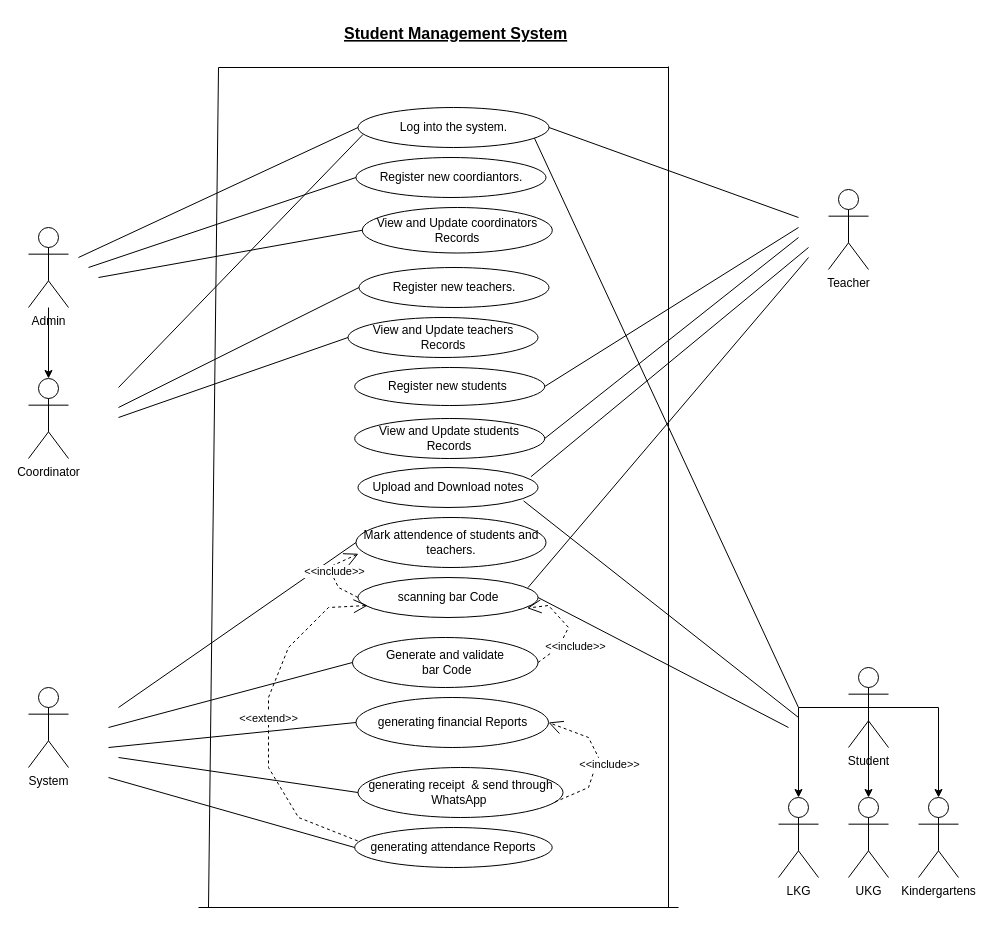
This is UseCase.drawio from Dulara-Akalanka/Group-Software-Project, a draw.io file, before an edit. Source tidied: cells renumbered, new cells numbered last; positions are measured from the earlier drawing's top-left corner, leaving out a move shared by most shapes. Both pictures are drawn from the tidied source at 100%, with x=0, y=0 at pixel (28, 17).
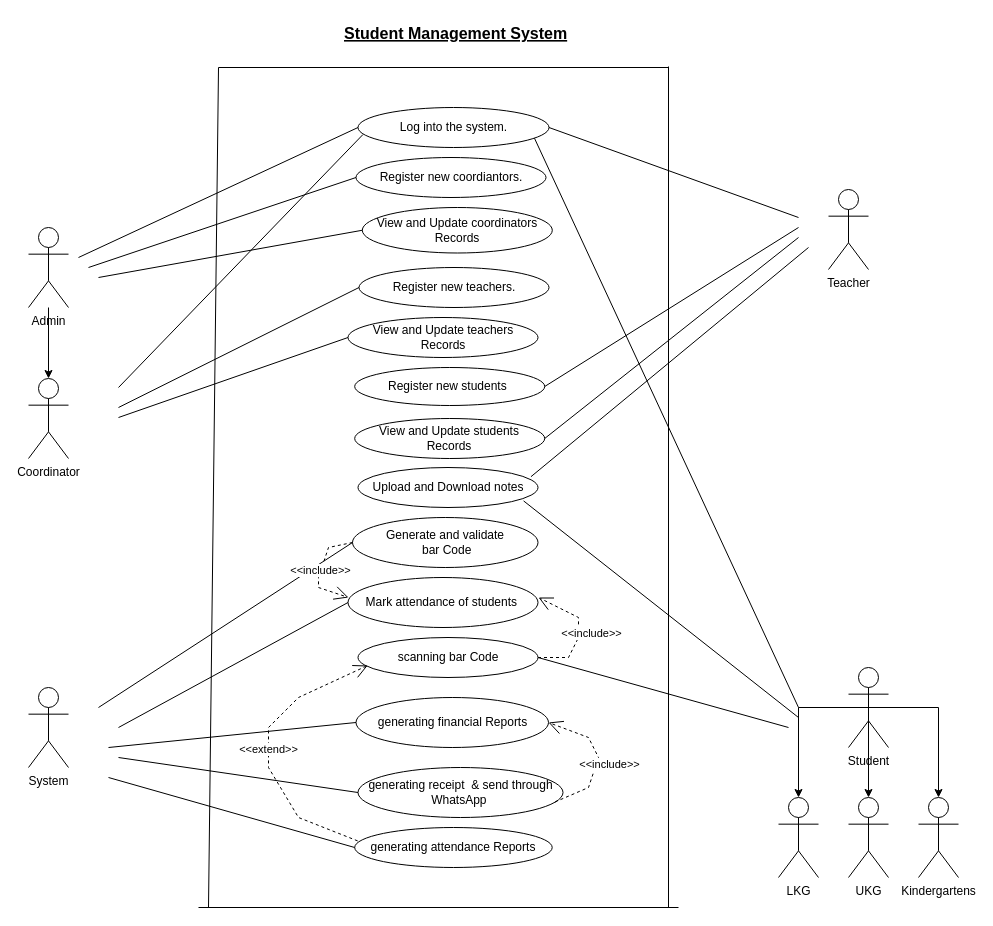
After the change.

Unchanged cells that the change refers to:
```xml
<mxCell id="28" value="generating attendance Reports" style="ellipse;whiteSpace=wrap;html=1;" parent="1" vertex="1">
  <mxGeometry x="326.2" y="810" width="197.5" height="40" as="geometry" />
</mxCell>
```

The edit, as a diff of the source:
```diff
@@
     <mxCell id="3" value="scanning bar Code" style="ellipse;whiteSpace=wrap;html=1;" parent="1" vertex="1">
-      <mxGeometry x="329.5" y="560" width="180" height="40" as="geometry" />
+      <mxGeometry x="329.5" y="620" width="180" height="40" as="geometry" />
     </mxCell>
     <mxCell id="4" value="Generate and validate&lt;br&gt;&amp;nbsp;bar Code" style="ellipse;whiteSpace=wrap;html=1;" parent="1" vertex="1">
-      <mxGeometry x="324" y="620" width="185.5" height="50" as="geometry" />
+      <mxGeometry x="324" y="500" width="185.5" height="50" as="geometry" />
     </mxCell>
@@
     <mxCell id="8" style="endArrow=none;html=1;rounded=0;entryX=0;entryY=0.5;entryDx=0;entryDy=0;" parent="1" edge="1" target="4">
       <mxGeometry relative="1" as="geometry">
-        <mxPoint x="80" y="710" as="sourcePoint" />
+        <mxPoint x="70" y="690" as="sourcePoint" />
       </mxGeometry>
     </mxCell>
@@
-    <mxCell id="16" value="Mark attendence of students and teachers." style="ellipse;whiteSpace=wrap;html=1;" parent="1" vertex="1">
-      <mxGeometry x="327.5" y="500" width="190" height="50" as="geometry" />
+    <mxCell id="16" value="Mark attendance of students&amp;nbsp;" style="ellipse;whiteSpace=wrap;html=1;" parent="1" vertex="1">
+      <mxGeometry x="319.5" y="560" width="190" height="50" as="geometry" />
     </mxCell>
@@
     <mxCell id="20" style="endArrow=none;html=1;rounded=0;entryX=0;entryY=0.5;entryDx=0;entryDy=0;" parent="1" edge="1" target="16">
       <mxGeometry relative="1" as="geometry">
-        <mxPoint x="90" y="690" as="sourcePoint" />
+        <mxPoint x="90" y="710" as="sourcePoint" />
       </mxGeometry>
     </mxCell>
@@
-    <mxCell id="22" style="endArrow=none;html=1;rounded=0;exitX=0.944;exitY=0.255;exitDx=0;exitDy=0;exitPerimeter=0;" parent="1" edge="1" source="3">
-      <mxGeometry relative="1" as="geometry">
-        <mxPoint x="780" y="240" as="targetPoint" />
-      </mxGeometry>
-    </mxCell>
@@
-    <mxCell id="24" value="&amp;lt;&amp;lt;include&amp;gt;&amp;gt;" style="endArrow=open;endSize=12;dashed=1;html=1;rounded=0;entryX=0.013;entryY=0.725;entryDx=0;entryDy=0;entryPerimeter=0;exitX=0;exitY=0.5;exitDx=0;exitDy=0;" parent="1" edge="1" source="3" target="16">
-      <mxGeometry x="0.25" y="-6" relative="1" as="geometry">
-        <Array as="points">
-          <mxPoint x="310" y="570" />
-          <mxPoint x="300" y="550" />
-        </Array>
-      </mxGeometry>
-    </mxCell>
@@
     <mxCell id="30" value="&amp;lt;&amp;lt;extend&amp;gt;&amp;gt;" style="endArrow=open;endSize=12;dashed=1;html=1;rounded=0;exitX=0.015;exitY=0.335;exitDx=0;exitDy=0;exitPerimeter=0;entryX=0.054;entryY=0.7;entryDx=0;entryDy=0;entryPerimeter=0;" parent="1" edge="1" source="28" target="3">
       <mxGeometry relative="1" as="geometry">
         <Array as="points">
           <mxPoint x="270" y="800" />
           <mxPoint x="240" y="750" />
-          <mxPoint x="240" y="680" />
-          <mxPoint x="260" y="630" />
-          <mxPoint x="300" y="590" />
+          <mxPoint x="240" y="710" />
+          <mxPoint x="270" y="680" />
         </Array>
       </mxGeometry>
     </mxCell>
-    <mxCell id="31" value="&amp;lt;&amp;lt;include&amp;gt;&amp;gt;" style="endArrow=open;endSize=12;dashed=1;html=1;rounded=0;exitX=1;exitY=0.5;exitDx=0;exitDy=0;entryX=0.939;entryY=0.765;entryDx=0;entryDy=0;entryPerimeter=0;" parent="1" edge="1" source="4" target="3">
-      <mxGeometry x="-0.24" y="-10" relative="1" as="geometry">
-        <Array as="points">
-          <mxPoint x="530" y="630" />
-          <mxPoint x="540" y="610" />
-          <mxPoint x="520" y="588" />
-        </Array>
-        <mxPoint x="2" y="6" as="offset" />
-      </mxGeometry>
-    </mxCell>
@@
+    <mxCell id="56" value="&amp;lt;&amp;lt;include&amp;gt;&amp;gt;" style="endArrow=open;endSize=12;dashed=1;html=1;rounded=0;exitX=1;exitY=0.5;exitDx=0;exitDy=0;" parent="1" edge="1" source="3">
+      <mxGeometry x="-0.03" y="-13" relative="1" as="geometry">
+        <mxPoint x="510" y="580" as="targetPoint" />
+        <Array as="points">
+          <mxPoint x="540" y="640" />
+          <mxPoint x="550" y="620" />
+          <mxPoint x="550" y="600" />
+        </Array>
+      </mxGeometry>
+    </mxCell>
+    <mxCell id="57" value="&amp;lt;&amp;lt;include&amp;gt;&amp;gt;" style="endArrow=open;endSize=12;dashed=1;html=1;rounded=0;exitX=0;exitY=0.5;exitDx=0;exitDy=0;" parent="1" edge="1" source="4">
+      <mxGeometry relative="1" as="geometry">
+        <mxPoint x="320" y="580" as="targetPoint" />
+        <Array as="points">
+          <mxPoint x="300" y="530" />
+          <mxPoint x="290" y="560" />
+          <mxPoint x="290" y="570" />
+        </Array>
+      </mxGeometry>
+    </mxCell>
```
